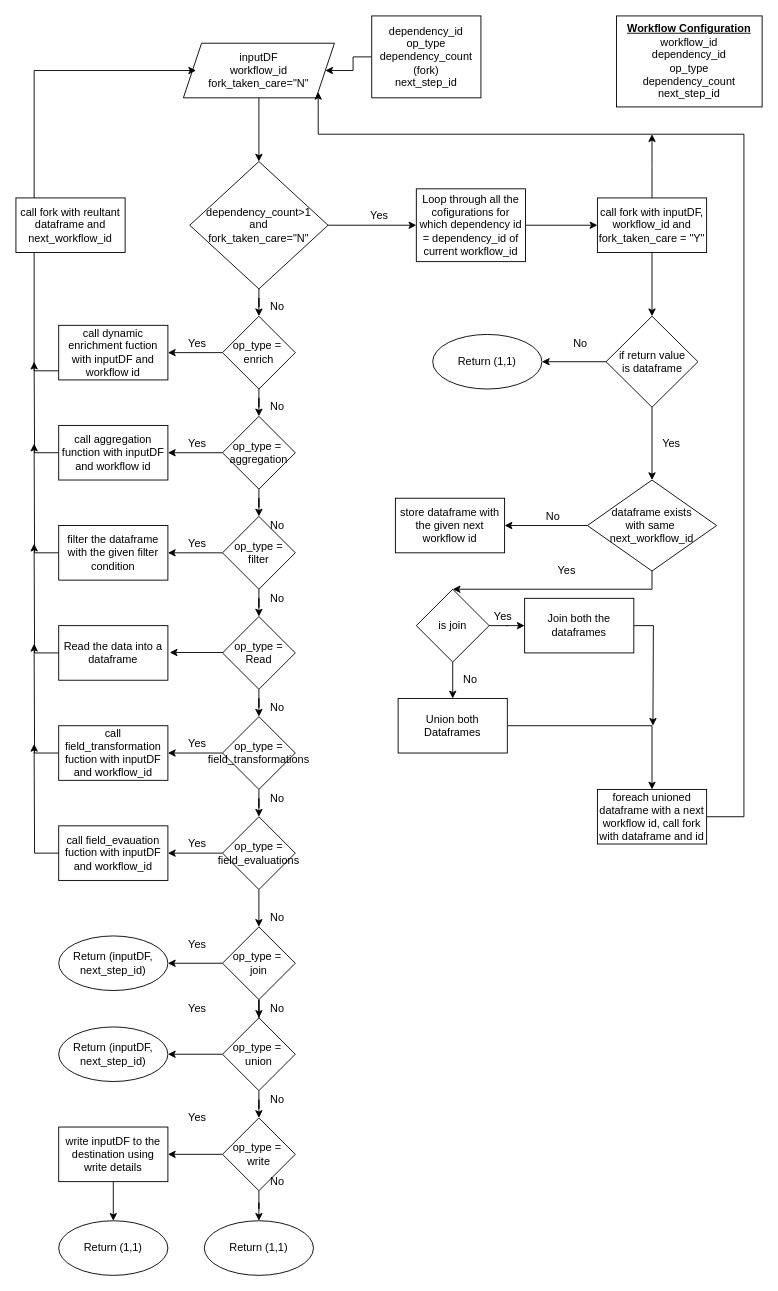
Earlier version of the draw.io diagram workflow.drawio (praneethsai83/GenericProcessing). Source tidied: cells renumbered, new cells numbered last; positions are measured from the earlier drawing's top-left corner, leaving out a move shared by most shapes. Both pictures are drawn from the tidied source at 91%, with x=0, y=0 at pixel (15, 15).
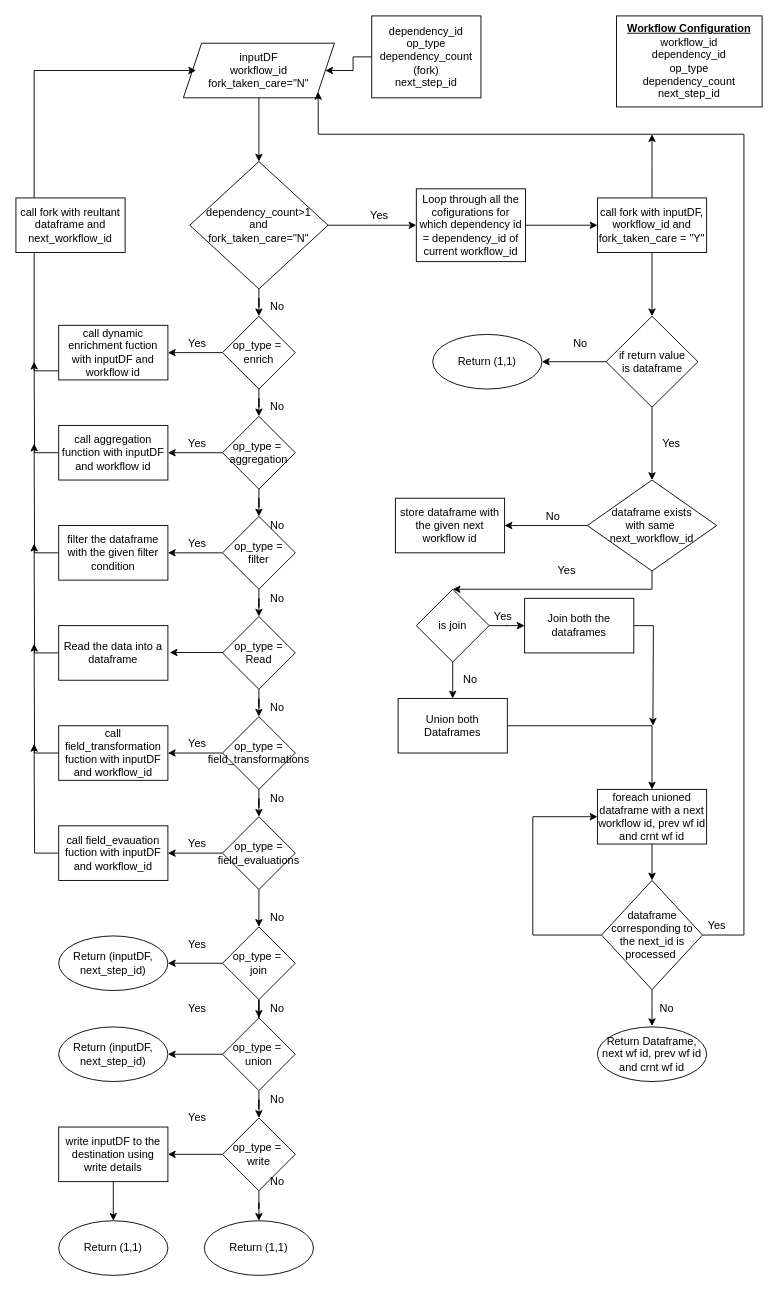
The same page after the edit.

Unchanged cells that the change refers to:
```xml
<mxCell id="3" value="inputDF&lt;br&gt;workflow_id&lt;br&gt;fork_taken_care=&quot;N&quot;" style="shape=parallelogram;perimeter=parallelogramPerimeter;whiteSpace=wrap;html=1;fixedSize=1;" parent="1" vertex="1">
  <mxGeometry x="184" y="30" width="166" height="60" as="geometry" />
</mxCell>
```

What changed in the source:
```diff
@@
-    <mxCell id="31" style="edgeStyle=orthogonalEdgeStyle;rounded=0;jettySize=auto;html=1;entryX=1;entryY=1;entryDx=0;entryDy=0;" parent="1" edge="1" source="32" target="3">
+    <mxCell id="31" style="edgeStyle=orthogonalEdgeStyle;rounded=0;jettySize=auto;html=1;entryX=1;entryY=1;entryDx=0;entryDy=0;exitX=1;exitY=0.5;exitDx=0;exitDy=0;" parent="1" edge="1" source="107" target="3">
       <mxGeometry relative="1" as="geometry">
         <Array as="points">
-          <mxPoint x="800" y="880" />
+          <mxPoint x="800" y="1010" />
           <mxPoint x="800" y="130" />
           <mxPoint x="332" y="130" />
         </Array>
       </mxGeometry>
     </mxCell>
+    <mxCell id="104" style="edgeStyle=orthogonalEdgeStyle;rounded=0;jettySize=auto;html=1;" parent="1" edge="1" source="32" target="107">
+      <mxGeometry relative="1" as="geometry" />
+    </mxCell>
-    <mxCell id="32" value="foreach unioned dataframe with a next workflow id, call fork with dataframe and id" style="whiteSpace=wrap;html=1;" parent="1" vertex="1">
+    <mxCell id="32" value="foreach unioned dataframe with a next workflow id, prev wf id and crnt wf id" style="whiteSpace=wrap;html=1;" parent="1" vertex="1">
       <mxGeometry x="639" y="850" width="120" height="60" as="geometry" />
     </mxCell>
@@
+    <mxCell id="105" style="edgeStyle=orthogonalEdgeStyle;rounded=0;jettySize=auto;html=1;entryX=0;entryY=0.5;entryDx=0;entryDy=0;" parent="1" edge="1" source="107" target="32">
+      <mxGeometry relative="1" as="geometry">
+        <Array as="points">
+          <mxPoint x="568" y="1010" />
+          <mxPoint x="568" y="880" />
+        </Array>
+      </mxGeometry>
+    </mxCell>
+    <mxCell id="106" style="edgeStyle=orthogonalEdgeStyle;rounded=0;jettySize=auto;html=1;" parent="1" edge="1" source="107">
+      <mxGeometry relative="1" as="geometry">
+        <mxPoint x="699" y="1110" as="targetPoint" />
+      </mxGeometry>
+    </mxCell>
+    <mxCell id="107" value="dataframe corresponding to the next_id is processed&amp;nbsp;" style="rhombus;whiteSpace=wrap;html=1;" parent="1" vertex="1">
+      <mxGeometry x="643.5" y="950" width="111" height="120" as="geometry" />
+    </mxCell>
+    <mxCell id="108" value="Yes" style="text;html=1;align=center;verticalAlign=middle;strokeColor=none;fillColor=none;" parent="1" vertex="1">
+      <mxGeometry x="755" y="990" width="30" height="20" as="geometry" />
+    </mxCell>
+    <mxCell id="109" value="Return Dataframe, next wf id, prev wf id and crnt wf id" style="ellipse;whiteSpace=wrap;html=1;" parent="1" vertex="1">
+      <mxGeometry x="639" y="1111" width="120" height="60" as="geometry" />
+    </mxCell>
+    <mxCell id="110" value="No" style="text;html=1;align=center;verticalAlign=middle;strokeColor=none;fillColor=none;" parent="1" vertex="1">
+      <mxGeometry x="700" y="1081" width="30" height="20" as="geometry" />
+    </mxCell>
```
